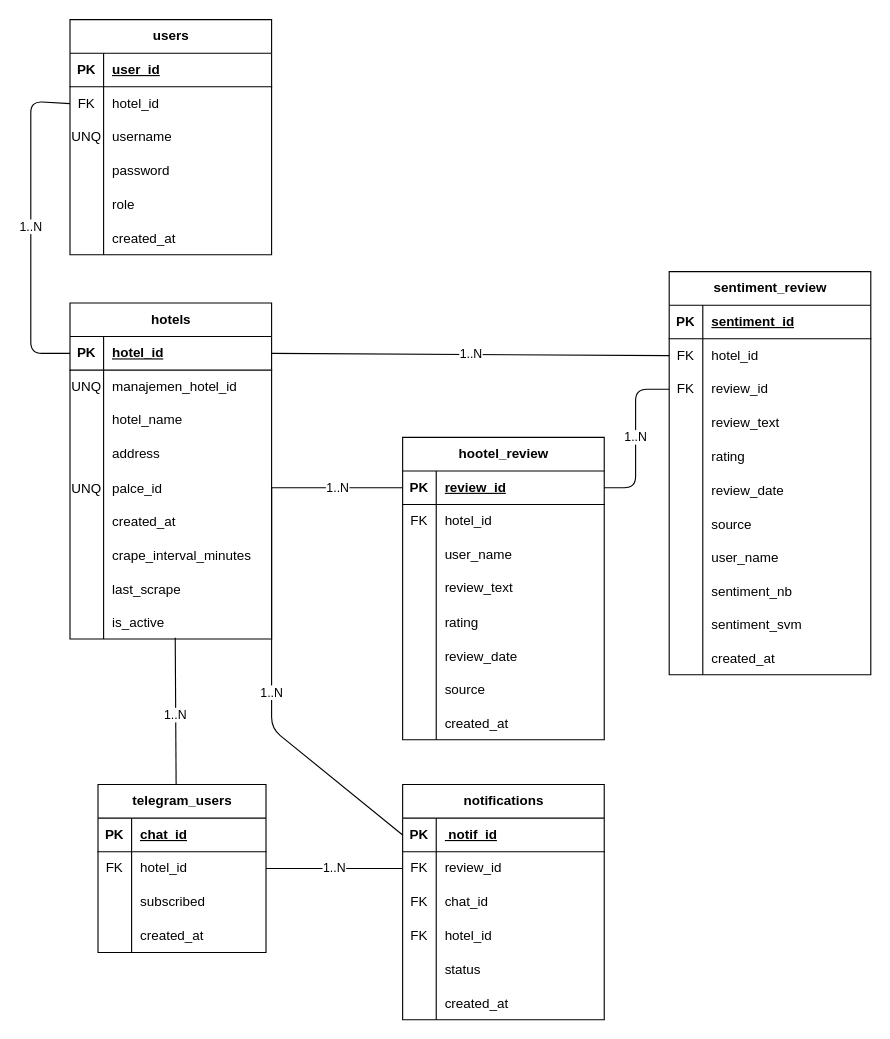
RinaldiHamzah/system-sentiment-monitoring-reviews keeps this draw.io diagram as drawio/relasi_antar_tabel.drawio. Above is the earlier version. Source tidied: cells renumbered, new cells numbered last; positions are measured from the earlier drawing's top-left corner, leaving out a move shared by most shapes. Both pictures are drawn from the tidied source at 112%, with x=0, y=0 at pixel (30, 19).
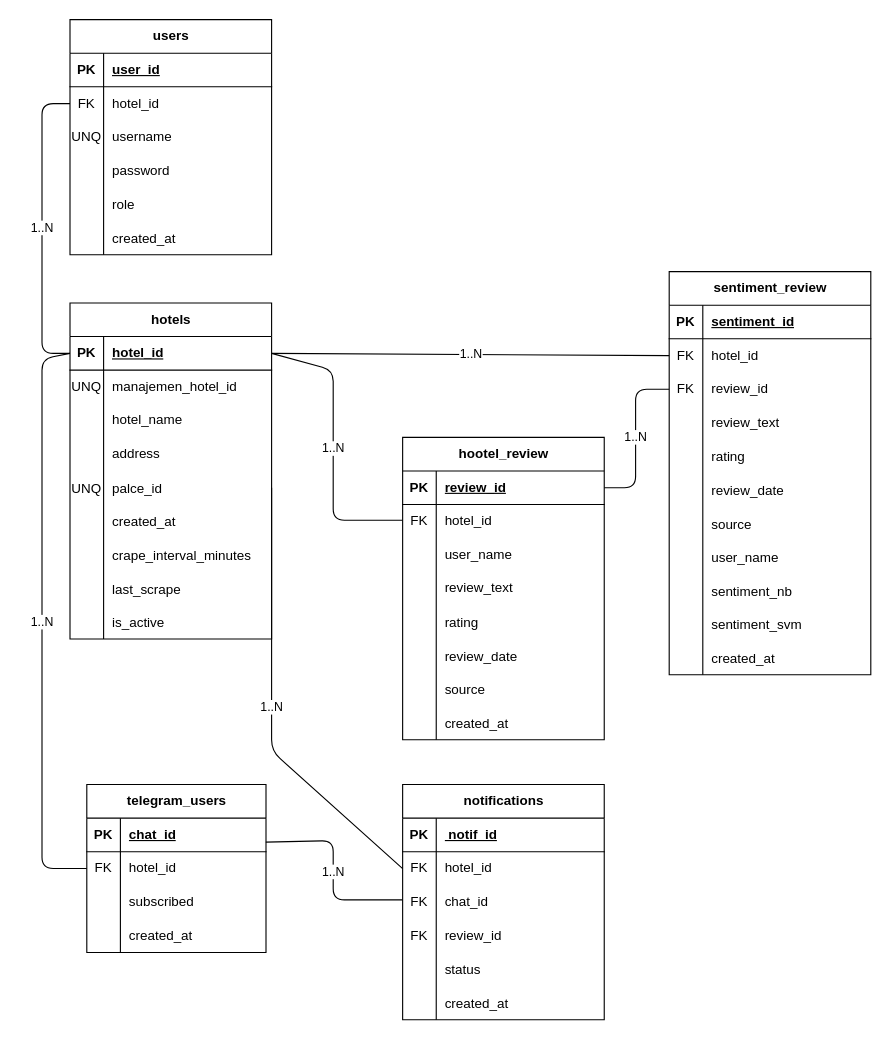
The same diagram, later.

The change refers to these unchanged cells:
```xml
<mxCell id="13" style="shape=tableRow;horizontal=0;startSize=0;swimlaneHead=0;swimlaneBody=0;fillColor=none;points=[[0,0.5],[1,0.5]];portConstraint=eastwest;top=0;left=0;right=0;bottom=0;" parent="9" vertex="1">
  <mxGeometry y="60" width="180" height="30" as="geometry" />
</mxCell>
<mxCell id="29" style="shape=tableRow;horizontal=0;startSize=0;swimlaneHead=0;swimlaneBody=0;fillColor=none;points=[[0,0.5],[1,0.5]];portConstraint=eastwest;top=0;left=0;right=0;bottom=1;" parent="28" vertex="1">
  <mxGeometry y="30" width="180" height="30" as="geometry" />
</mxCell>
<mxCell id="41" style="shape=tableRow;horizontal=0;startSize=0;swimlaneHead=0;swimlaneBody=0;fillColor=none;points=[[0,0.5],[1,0.5]];portConstraint=eastwest;top=0;left=0;right=0;bottom=0;" parent="28" vertex="1">
  <mxGeometry y="150" width="180" height="30" as="geometry" />
</mxCell>
<mxCell id="53" style="shape=tableRow;horizontal=0;startSize=0;swimlaneHead=0;swimlaneBody=0;fillColor=none;points=[[0,0.5],[1,0.5]];portConstraint=eastwest;top=0;left=0;right=0;bottom=0;" parent="28" vertex="1">
  <mxGeometry y="270" width="180" height="30" as="geometry" />
</mxCell>
<mxCell id="70" style="shape=tableRow;horizontal=0;startSize=0;swimlaneHead=0;swimlaneBody=0;fillColor=none;points=[[0,0.5],[1,0.5]];portConstraint=eastwest;top=0;left=0;right=0;bottom=1;" parent="69" vertex="1">
  <mxGeometry y="30" width="180" height="30" as="geometry" />
</mxCell>
<mxCell id="73" style="shape=tableRow;horizontal=0;startSize=0;swimlaneHead=0;swimlaneBody=0;fillColor=none;points=[[0,0.5],[1,0.5]];portConstraint=eastwest;top=0;left=0;right=0;bottom=0;" parent="69" vertex="1">
  <mxGeometry y="60" width="180" height="30" as="geometry" />
</mxCell>
<mxCell id="79" style="shape=tableRow;horizontal=0;startSize=0;swimlaneHead=0;swimlaneBody=0;fillColor=none;top=0;left=0;right=0;bottom=0;" parent="69" vertex="1">
  <mxGeometry y="120" width="180" height="30" as="geometry" />
</mxCell>
<mxCell id="89" style="shape=tableRow;horizontal=0;startSize=0;swimlaneHead=0;swimlaneBody=0;fillColor=none;points=[[0,0.5],[1,0.5]];portConstraint=eastwest;top=0;left=0;right=0;bottom=1;" parent="88" vertex="1">
  <mxGeometry y="30" width="180" height="30" as="geometry" />
</mxCell>
```

The edit, as a diff of the source:
```diff
@@
     <mxCell id="2" value="1..N" style="endArrow=none;html=1;entryX=0;entryY=0.5;entryDx=0;entryDy=0;exitX=0;exitY=0.5;exitDx=0;exitDy=0;" parent="1" edge="1" source="29" target="13">
       <mxGeometry relative="1" as="geometry">
         <Array as="points">
-          <mxPoint y="298" />
-          <mxPoint y="173" />
-          <mxPoint y="73" />
+          <mxPoint x="10" y="298" />
+          <mxPoint x="10" y="75" />
         </Array>
       </mxGeometry>
     </mxCell>
-    <mxCell id="3" value="1..N" style="endArrow=none;html=1;entryX=0;entryY=0.5;entryDx=0;entryDy=0;exitX=1;exitY=0.5;exitDx=0;exitDy=0;" parent="1" edge="1" source="41" target="89">
-      <mxGeometry relative="1" as="geometry" />
+    <mxCell id="3" value="1..N" style="endArrow=none;html=1;entryX=0;entryY=0.5;entryDx=0;entryDy=0;exitX=1;exitY=0.5;exitDx=0;exitDy=0;" parent="1" edge="1" source="29">
+      <mxGeometry relative="1" as="geometry">
+        <mxPoint x="332" y="447" as="targetPoint" />
+        <Array as="points">
+          <mxPoint x="270" y="313" />
+          <mxPoint x="270" y="447" />
+        </Array>
+      </mxGeometry>
     </mxCell>
@@
-    <mxCell id="5" value="1..N" style="endArrow=none;html=1;entryX=0.61;entryY=-0.01;entryDx=0;entryDy=0;entryPerimeter=0;exitX=0.522;exitY=0.967;exitDx=0;exitDy=0;exitPerimeter=0;" parent="1" edge="1" source="53">
+    <mxCell id="5" value="1..N" style="endArrow=none;html=1;entryX=0;entryY=0.5;entryDx=0;entryDy=0;exitX=0;exitY=0.5;exitDx=0;exitDy=0;" parent="1" edge="1" source="29" target="60">
       <mxGeometry relative="1" as="geometry">
-        <mxPoint x="129.8" y="690.9" as="targetPoint" />
+        <Array as="points">
+          <mxPoint x="10" y="303" />
+          <mxPoint x="10" y="533" />
+          <mxPoint x="10" y="758" />
+        </Array>
       </mxGeometry>
     </mxCell>
-    <mxCell id="6" value="1..N" style="endArrow=none;html=1;exitX=1;exitY=0.5;exitDx=0;exitDy=0;entryX=0;entryY=0.5;entryDx=0;entryDy=0;" parent="1" edge="1" source="60" target="73">
-      <mxGeometry relative="1" as="geometry" />
+    <mxCell id="6" value="1..N" style="endArrow=none;html=1;exitX=0.999;exitY=0.715;exitDx=0;exitDy=0;entryX=0;entryY=0.5;entryDx=0;entryDy=0;exitPerimeter=0;" parent="1" edge="1" source="57">
+      <mxGeometry relative="1" as="geometry">
+        <mxPoint x="332" y="786" as="targetPoint" />
+        <Array as="points">
+          <mxPoint x="270" y="733" />
+          <mxPoint x="270" y="786" />
+        </Array>
+      </mxGeometry>
     </mxCell>
-    <mxCell id="7" value="1..N" style="endArrow=none;html=1;entryX=0;entryY=0.5;entryDx=0;entryDy=0;exitX=1;exitY=0.5;exitDx=0;exitDy=0;" parent="1" edge="1" source="41" target="70">
+    <mxCell id="7" value="1..N" style="endArrow=none;html=1;entryX=0;entryY=0.5;entryDx=0;entryDy=0;exitX=1;exitY=0.5;exitDx=0;exitDy=0;" parent="1" edge="1" source="41" target="73">
       <mxGeometry relative="1" as="geometry">
         <Array as="points">
-          <mxPoint x="215" y="633" />
+          <mxPoint x="215" y="653" />
         </Array>
       </mxGeometry>
     </mxCell>
@@
     <mxCell id="56" value="telegram_users" style="shape=table;startSize=30;childLayout=tableLayout;rowLines=0;fontStyle=1;align=center;html=1;" parent="1" vertex="1">
-      <mxGeometry x="60" y="683" width="150" height="150" as="geometry" />
+      <mxGeometry x="50" y="683" width="160" height="150" as="geometry" />
     </mxCell>
     <mxCell id="57" style="shape=tableRow;horizontal=0;startSize=0;swimlaneHead=0;swimlaneBody=0;fillColor=none;points=[[0,0.5],[1,0.5]];portConstraint=eastwest;top=0;left=0;right=0;bottom=1;" parent="56" vertex="1">
-      <mxGeometry y="30" width="150" height="30" as="geometry" />
+      <mxGeometry y="30" width="160" height="30" as="geometry" />
     </mxCell>
@@
     <mxCell id="59" value="chat_id" style="shape=partialRectangle;fillColor=none;top=0;left=0;bottom=0;right=0;align=left;spacingLeft=6;fontStyle=5;overflow=hidden;whiteSpace=wrap;html=1;" parent="57" vertex="1">
-      <mxGeometry x="30" width="120" height="30" as="geometry" />
+      <mxGeometry x="30" width="130" height="30" as="geometry" />
     </mxCell>
     <mxCell id="60" style="shape=tableRow;horizontal=0;startSize=0;swimlaneHead=0;swimlaneBody=0;fillColor=none;points=[[0,0.5],[1,0.5]];portConstraint=eastwest;top=0;left=0;right=0;bottom=0;" parent="56" vertex="1">
-      <mxGeometry y="60" width="150" height="30" as="geometry" />
+      <mxGeometry y="60" width="160" height="30" as="geometry" />
     </mxCell>
@@
     <mxCell id="62" value="hotel_id" style="shape=partialRectangle;fillColor=none;top=0;left=0;bottom=0;right=0;align=left;spacingLeft=6;overflow=hidden;whiteSpace=wrap;html=1;" parent="60" vertex="1">
-      <mxGeometry x="30" width="120" height="30" as="geometry" />
+      <mxGeometry x="30" width="130" height="30" as="geometry" />
     </mxCell>
     <mxCell id="63" style="shape=tableRow;horizontal=0;startSize=0;swimlaneHead=0;swimlaneBody=0;fillColor=none;top=0;left=0;right=0;bottom=0;" parent="56" vertex="1">
-      <mxGeometry y="90" width="150" height="30" as="geometry" />
+      <mxGeometry y="90" width="160" height="30" as="geometry" />
     </mxCell>
@@
     <mxCell id="65" value="subscribed" style="shape=partialRectangle;fillColor=none;top=0;left=0;bottom=0;right=0;align=left;spacingLeft=6;overflow=hidden;whiteSpace=wrap;html=1;" parent="63" vertex="1">
-      <mxGeometry x="30" width="120" height="30" as="geometry" />
+      <mxGeometry x="30" width="130" height="30" as="geometry" />
     </mxCell>
     <mxCell id="66" style="shape=tableRow;horizontal=0;startSize=0;swimlaneHead=0;swimlaneBody=0;fillColor=none;top=0;left=0;right=0;bottom=0;" parent="56" vertex="1">
-      <mxGeometry y="120" width="150" height="30" as="geometry" />
+      <mxGeometry y="120" width="160" height="30" as="geometry" />
     </mxCell>
@@
     <mxCell id="68" value="created_at" style="shape=partialRectangle;fillColor=none;top=0;left=0;bottom=0;right=0;align=left;spacingLeft=6;overflow=hidden;whiteSpace=wrap;html=1;" parent="66" vertex="1">
-      <mxGeometry x="30" width="120" height="30" as="geometry" />
+      <mxGeometry x="30" width="130" height="30" as="geometry" />
     </mxCell>
@@
-    <mxCell id="75" value="review_id" style="shape=partialRectangle;fillColor=none;top=0;left=0;bottom=0;right=0;align=left;spacingLeft=6;overflow=hidden;whiteSpace=wrap;html=1;" parent="73" vertex="1">
+    <mxCell id="75" value="&lt;span style=&quot;color: rgb(0, 0, 0);&quot;&gt;hotel_id&lt;/span&gt;" style="shape=partialRectangle;fillColor=none;top=0;left=0;bottom=0;right=0;align=left;spacingLeft=6;overflow=hidden;whiteSpace=wrap;html=1;" parent="73" vertex="1">
       <mxGeometry x="30" width="150" height="30" as="geometry" />
     </mxCell>
@@
-    <mxCell id="81" value="hotel_id" style="shape=partialRectangle;fillColor=none;top=0;left=0;bottom=0;right=0;align=left;spacingLeft=6;overflow=hidden;whiteSpace=wrap;html=1;" parent="79" vertex="1">
+    <mxCell id="81" value="review_id" style="shape=partialRectangle;fillColor=none;top=0;left=0;bottom=0;right=0;align=left;spacingLeft=6;overflow=hidden;whiteSpace=wrap;html=1;" parent="79" vertex="1">
       <mxGeometry x="30" width="150" height="30" as="geometry" />
     </mxCell>
```
